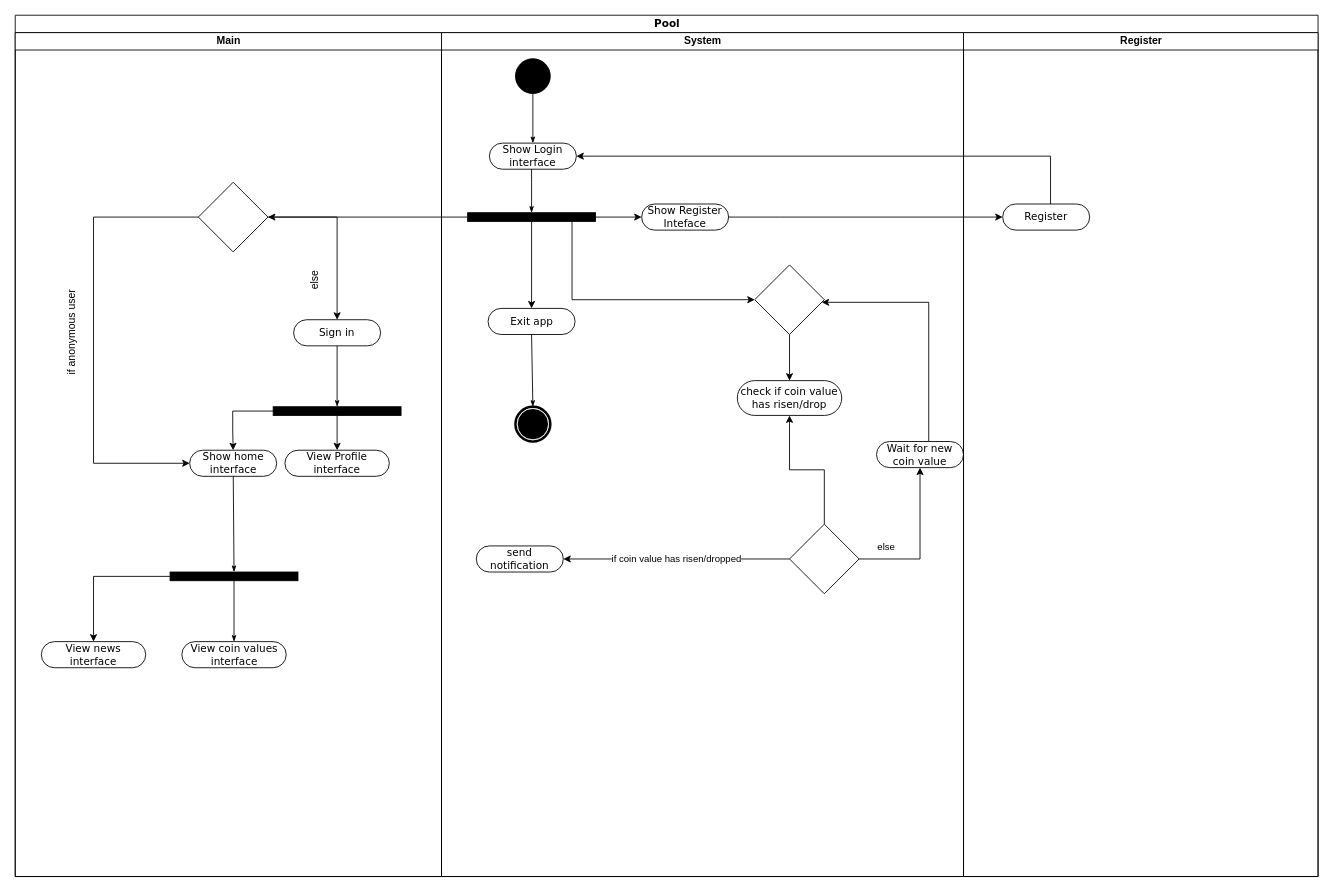
Above: diagrams/Activity_Diagram.drawio in bgabrielma/ES_Project (draw.io), before the change. Source tidied: cells renumbered, new cells numbered last; positions are measured from the earlier drawing's top-left corner, leaving out a move shared by most shapes. Both pictures are drawn from the tidied source at 87%, with x=0, y=0 at pixel (15, 15).
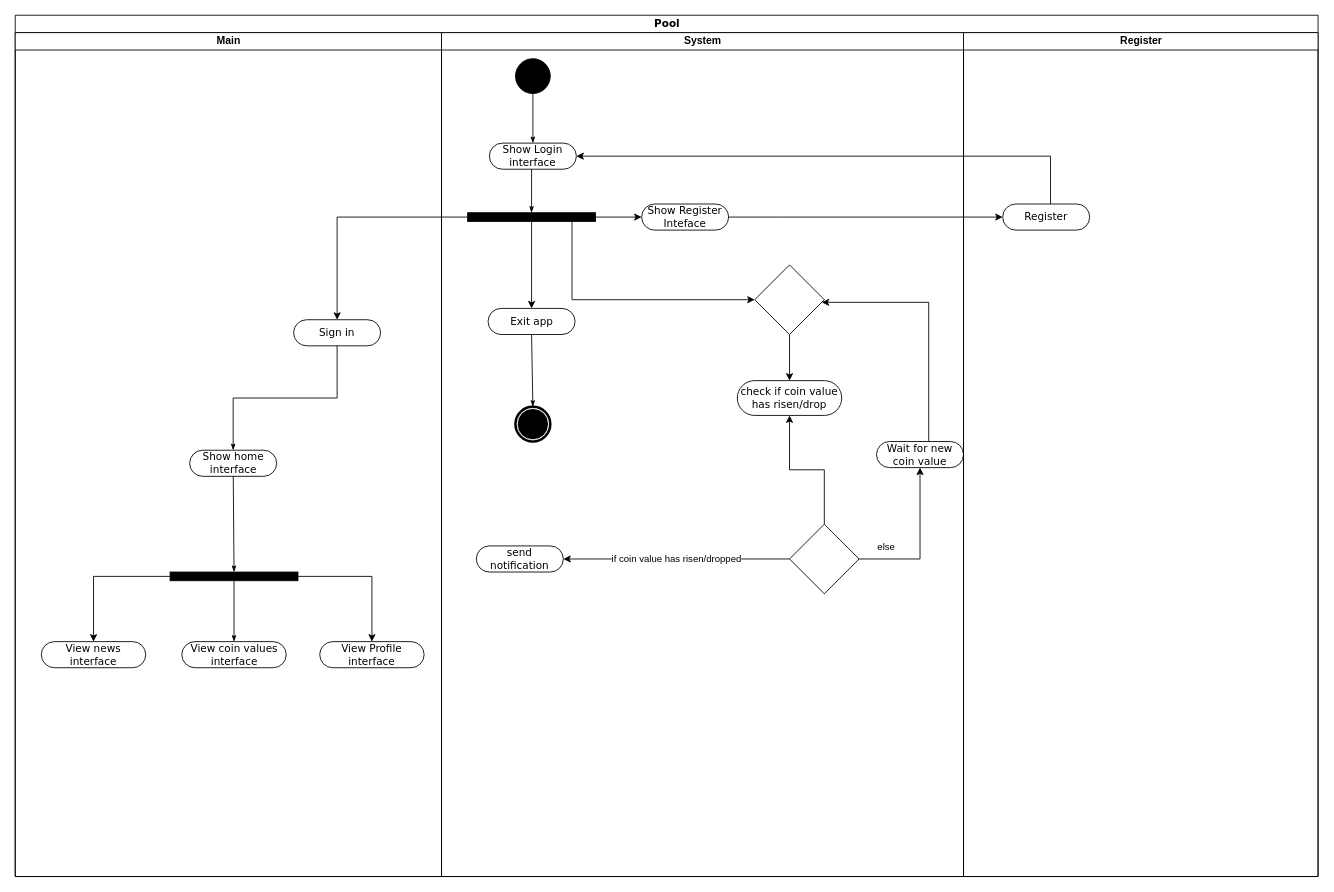
The same page after the edit.

The change refers to these unchanged cells:
```xml
<mxCell id="2" value="Pool" style="swimlane;html=1;startSize=20;rounded=0;shadow=0;comic=0;labelBackgroundColor=none;strokeWidth=1;fontFamily=Verdana;fontSize=12;align=center;" parent="1" vertex="1">
  <mxGeometry width="1497.5" height="990" as="geometry" />
</mxCell>
<mxCell id="6" value="Main" style="swimlane;html=1;startSize=20;" parent="2" vertex="1">
  <mxGeometry y="20" width="490" height="970" as="geometry" />
</mxCell>
<mxCell id="8" value="Sign in" style="rounded=1;whiteSpace=wrap;html=1;shadow=0;comic=0;labelBackgroundColor=none;strokeWidth=1;fontFamily=Verdana;fontSize=12;align=center;arcSize=50;" parent="6" vertex="1">
  <mxGeometry x="320" y="330" width="100" height="30" as="geometry" />
</mxCell>
<mxCell id="9" value="Show home interface" style="rounded=1;whiteSpace=wrap;html=1;shadow=0;comic=0;labelBackgroundColor=none;strokeWidth=1;fontFamily=Verdana;fontSize=12;align=center;arcSize=50;" parent="6" vertex="1">
  <mxGeometry x="200.5" y="480" width="100" height="30" as="geometry" />
</mxCell>
<mxCell id="14" style="whiteSpace=wrap;html=1;rounded=0;shadow=0;comic=0;labelBackgroundColor=none;strokeWidth=1;fillColor=#000000;fontFamily=Verdana;fontSize=12;align=center;rotation=0;" parent="6" vertex="1">
  <mxGeometry x="178" y="620" width="147" height="10" as="geometry" />
</mxCell>
<mxCell id="28" style="whiteSpace=wrap;html=1;rounded=0;shadow=0;comic=0;labelBackgroundColor=none;strokeWidth=1;fillColor=#000000;fontFamily=Verdana;fontSize=12;align=center;rotation=0;" parent="25" vertex="1">
  <mxGeometry x="30" y="207" width="147" height="10" as="geometry" />
</mxCell>
```

Diff of the diagram source:
```diff
@@
-    <mxCell id="4" style="edgeStyle=orthogonalEdgeStyle;rounded=0;jettySize=auto;html=1;entryX=1;entryY=0.5;entryDx=0;entryDy=0;" parent="2" edge="1" source="28" target="20">
+    <mxCell id="4" style="edgeStyle=orthogonalEdgeStyle;rounded=0;jettySize=auto;html=1;" parent="2" edge="1" source="28" target="8">
       <mxGeometry relative="1" as="geometry" />
     </mxCell>
@@
-    <mxCell id="7" style="edgeStyle=none;rounded=0;html=1;labelBackgroundColor=none;startArrow=none;startFill=0;startSize=5;endArrow=classicThin;endFill=1;endSize=5;jettySize=auto;strokeWidth=1;fontFamily=Verdana;fontSize=12;exitX=0.5;exitY=1;exitDx=0;exitDy=0;entryX=0.5;entryY=0;entryDx=0;entryDy=0;" parent="6" edge="1" source="8" target="23">
+    <mxCell id="7" style="edgeStyle=orthogonalEdgeStyle;rounded=0;html=1;labelBackgroundColor=none;startArrow=none;startFill=0;startSize=5;endArrow=classicThin;endFill=1;endSize=5;jettySize=auto;strokeWidth=1;fontFamily=Verdana;fontSize=12;exitX=0.5;exitY=1;exitDx=0;exitDy=0;entryX=0.5;entryY=0;entryDx=0;entryDy=0;" parent="6" edge="1" source="8" target="9">
       <mxGeometry relative="1" as="geometry" />
     </mxCell>
@@
-    <mxCell id="16" style="edgeStyle=orthogonalEdgeStyle;rounded=0;jettySize=auto;html=1;exitX=0.5;exitY=1;exitDx=0;exitDy=0;entryX=0.5;entryY=0;entryDx=0;entryDy=0;" parent="6" edge="1" source="23" target="17">
+    <mxCell id="16" style="edgeStyle=orthogonalEdgeStyle;rounded=0;jettySize=auto;html=1;exitX=1;exitY=0.5;exitDx=0;exitDy=0;entryX=0.5;entryY=0;entryDx=0;entryDy=0;" parent="6" edge="1" source="14" target="17">
       <mxGeometry relative="1" as="geometry" />
     </mxCell>
     <mxCell id="17" value="View Profile interface" style="rounded=1;whiteSpace=wrap;html=1;shadow=0;comic=0;labelBackgroundColor=none;strokeWidth=1;fontFamily=Verdana;fontSize=12;align=center;arcSize=50;" parent="6" vertex="1">
-      <mxGeometry x="310" y="480" width="120" height="30" as="geometry" />
+      <mxGeometry x="350" y="700" width="120" height="30" as="geometry" />
     </mxCell>
-    <mxCell id="18" style="edgeStyle=orthogonalEdgeStyle;rounded=0;jettySize=auto;html=1;" parent="6" edge="1" source="20" target="8">
-      <mxGeometry relative="1" as="geometry" />
-    </mxCell>
-    <mxCell id="19" style="edgeStyle=orthogonalEdgeStyle;rounded=0;jettySize=auto;html=1;entryX=0;entryY=0.5;entryDx=0;entryDy=0;" parent="6" edge="1" source="20" target="9">
-      <mxGeometry relative="1" as="geometry">
-        <Array as="points">
-          <mxPoint x="90" y="212" />
-          <mxPoint x="90" y="495" />
-        </Array>
-      </mxGeometry>
-    </mxCell>
-    <mxCell id="20" style="rhombus;whiteSpace=wrap;html=1;" parent="6" vertex="1">
-      <mxGeometry x="210.5" y="172" width="80" height="80" as="geometry" />
-    </mxCell>
-    <mxCell id="21" value="if anonymous user" style="text;html=1;align=center;verticalAlign=middle;strokeColor=none;fillColor=none;rotation=-90;" parent="6" vertex="1">
-      <mxGeometry y="330" width="130" height="30" as="geometry" />
-    </mxCell>
-    <mxCell id="22" value="else" style="text;html=1;align=center;verticalAlign=middle;strokeColor=none;fillColor=none;rotation=-90;" parent="6" vertex="1">
-      <mxGeometry x="320" y="270" width="50" height="30" as="geometry" />
-    </mxCell>
-    <mxCell id="23" style="whiteSpace=wrap;html=1;rounded=0;shadow=0;comic=0;labelBackgroundColor=none;strokeWidth=1;fillColor=#000000;fontFamily=Verdana;fontSize=12;align=center;rotation=0;" parent="6" vertex="1">
-      <mxGeometry x="296.5" y="430" width="147" height="10" as="geometry" />
-    </mxCell>
-    <mxCell id="24" style="edgeStyle=orthogonalEdgeStyle;rounded=0;jettySize=auto;html=1;entryX=0.5;entryY=0;entryDx=0;entryDy=0;" parent="6" edge="1" target="9">
-      <mxGeometry relative="1" as="geometry">
-        <mxPoint x="300.5" y="435" as="sourcePoint" />
-        <Array as="points">
-          <mxPoint x="250" y="435" />
-          <mxPoint x="250" y="458" />
-        </Array>
-      </mxGeometry>
-    </mxCell>
```
